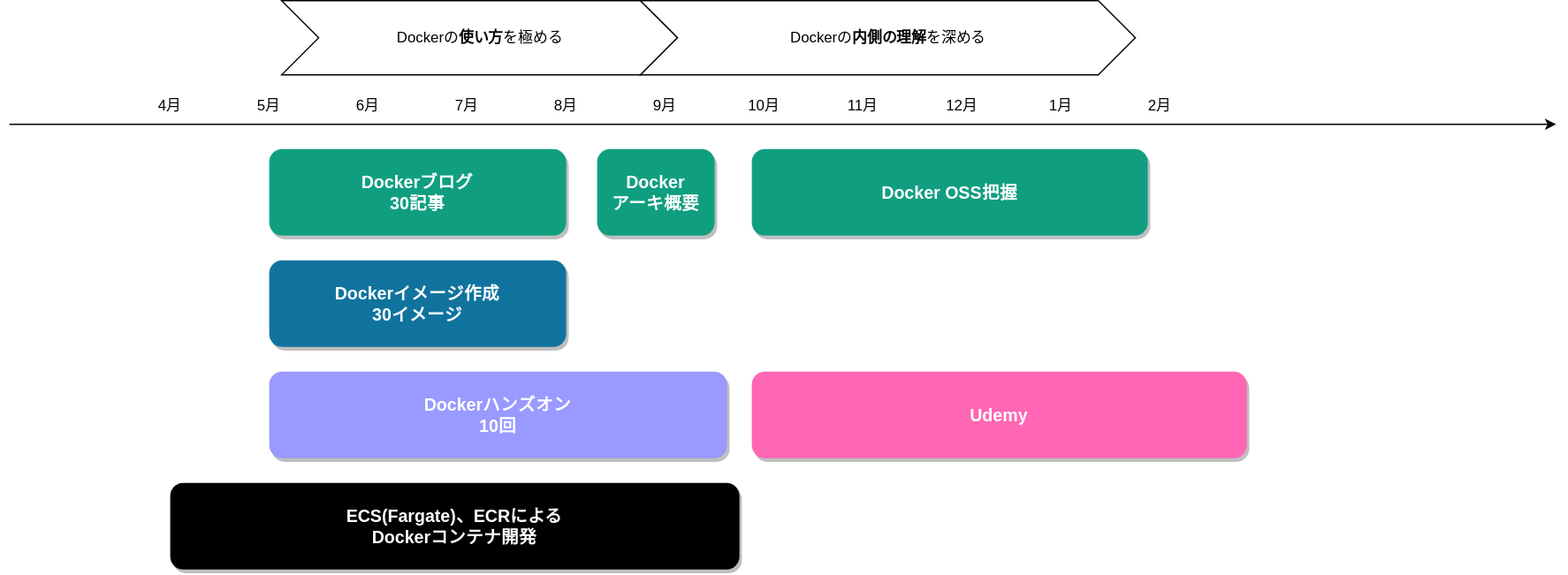
Earlier version of the draw.io export 人生設計-4年計画.drawio.svg (minegishirei/draw_v1). Source tidied: cells renumbered, new cells last; positions are measured from the earlier drawing's top-left corner, leaving out a move shared by most shapes.
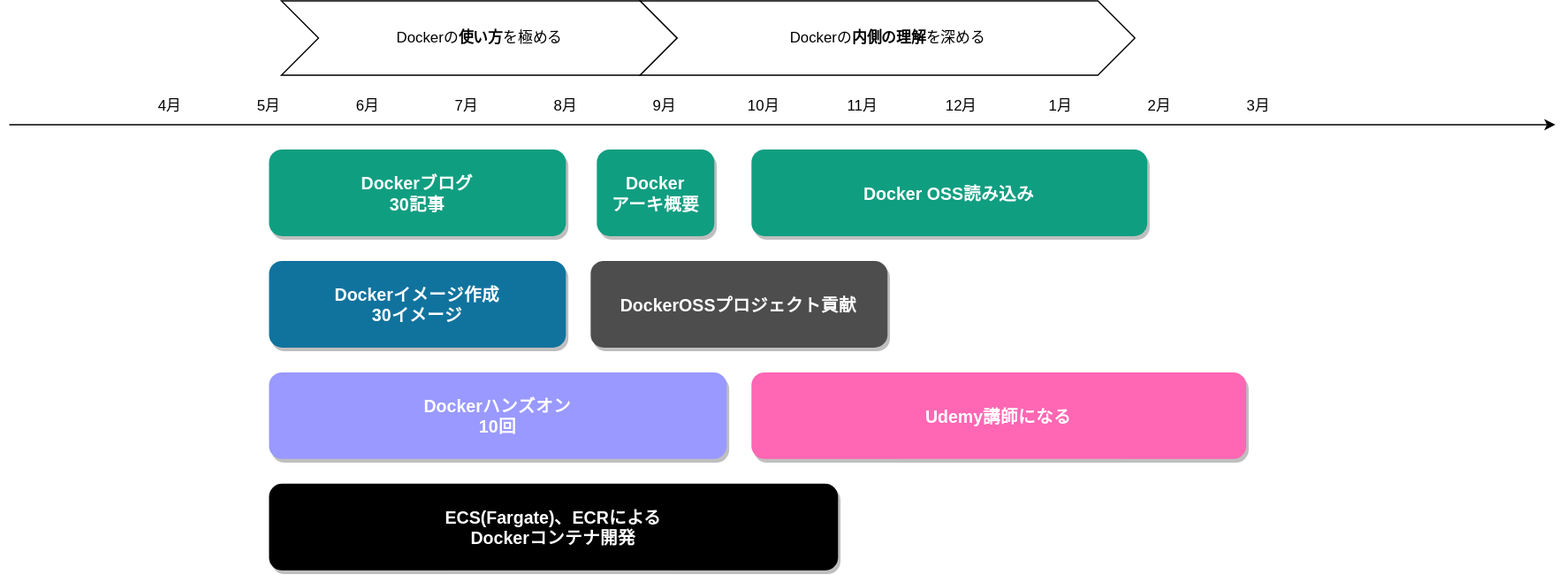
Above is the later version.

Commit message:
人生設計-4年計画.drawio.svg を追加しました。

Diff of the diagram source:
```diff
@@ -11,7 +11,7 @@
     <mxCell id="4" value="Dockerハンズオン&#10;10回" style="rounded=1;fillColor=#9999FF;strokeColor=none;shadow=1;gradientColor=none;fontStyle=1;fontColor=#FFFFFF;fontSize=14;" parent="1" vertex="1">
       <mxGeometry x="210" y="300" width="370" height="70" as="geometry" />
     </mxCell>
-    <mxCell id="5" value="Udemy" style="rounded=1;fillColor=#FF66B3;strokeColor=none;shadow=1;gradientColor=none;fontStyle=1;fontColor=#FFFFFF;fontSize=14;" parent="1" vertex="1">
+    <mxCell id="5" value="Udemy講師になる" style="rounded=1;fillColor=#FF66B3;strokeColor=none;shadow=1;gradientColor=none;fontStyle=1;fontColor=#FFFFFF;fontSize=14;" parent="1" vertex="1">
       <mxGeometry x="600" y="300" width="400" height="70" as="geometry" />
     </mxCell>
     <mxCell id="6" style="endArrow=classic;html=1;rounded=0;" parent="1" edge="1">
@@ -21,7 +21,7 @@
       </mxGeometry>
     </mxCell>
     <mxCell id="7" value="ECS(Fargate)、ECRによる&#10;Dockerコンテナ開発" style="rounded=1;fillColor=#000000;strokeColor=none;shadow=1;gradientColor=none;fontStyle=1;fontColor=#FFFFFF;fontSize=14;" parent="1" vertex="1">
-      <mxGeometry x="130" y="390" width="460" height="70" as="geometry" />
+      <mxGeometry x="210" y="390" width="460" height="70" as="geometry" />
     </mxCell>
     <mxCell id="8" value="5月" style="text;html=1;strokeColor=none;fillColor=none;align=center;verticalAlign=middle;whiteSpace=wrap;rounded=0;" parent="1" vertex="1">
       <mxGeometry x="180" y="70" width="60" height="30" as="geometry" />
@@ -53,7 +53,7 @@
     <mxCell id="17" value="Docker&#10;アーキ概要" style="rounded=1;fillColor=#109e81;strokeColor=none;shadow=1;gradientColor=none;fontStyle=1;fontColor=#FFFFFF;fontSize=14;" parent="1" vertex="1">
       <mxGeometry x="475" y="120" width="95" height="70" as="geometry" />
     </mxCell>
-    <mxCell id="18" value="Docker OSS把握" style="rounded=1;fillColor=#109e81;strokeColor=none;shadow=1;gradientColor=none;fontStyle=1;fontColor=#FFFFFF;fontSize=14;" parent="1" vertex="1">
+    <mxCell id="18" value="Docker OSS読み込み" style="rounded=1;fillColor=#109e81;strokeColor=none;shadow=1;gradientColor=none;fontStyle=1;fontColor=#FFFFFF;fontSize=14;" parent="1" vertex="1">
       <mxGeometry x="600" y="120" width="320" height="70" as="geometry" />
     </mxCell>
     <mxCell id="19" value="1月" style="text;html=1;strokeColor=none;fillColor=none;align=center;verticalAlign=middle;whiteSpace=wrap;rounded=0;" parent="1" vertex="1">
@@ -68,5 +68,11 @@
     <mxCell id="22" value="Dockerの&lt;b&gt;内側の理解&lt;/b&gt;を深める" style="html=1;shadow=0;dashed=0;align=center;verticalAlign=middle;shape=mxgraph.arrows2.arrow;dy=0;dx=30;notch=30;" parent="1" vertex="1">
       <mxGeometry x="510" width="400" height="60" as="geometry" />
     </mxCell>
+    <mxCell id="23" value="3月" style="text;html=1;strokeColor=none;fillColor=none;align=center;verticalAlign=middle;whiteSpace=wrap;rounded=0;" parent="1" vertex="1">
+      <mxGeometry x="980" y="70" width="60" height="30" as="geometry" />
+    </mxCell>
+    <mxCell id="24" value="DockerOSSプロジェクト貢献" style="rounded=1;fillColor=#4D4D4D;strokeColor=none;shadow=1;gradientColor=none;fontStyle=1;fontColor=#FFFFFF;fontSize=14;" parent="1" vertex="1">
+      <mxGeometry x="470" y="210" width="240" height="70" as="geometry" />
+    </mxCell>
   </root>
 </mxGraphModel>
```
